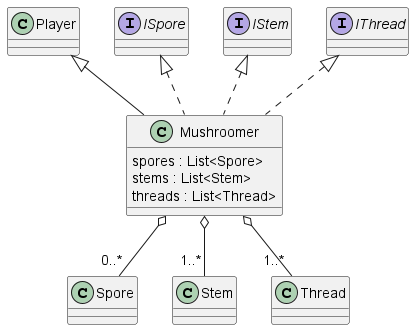
The PlantUML diagram out/5/classes/player/mushroomer/mushroomer.png in Petya-G/fungorium, before a commit. Its diagram source:
```plantuml
@startuml mushroomer

Mushroomer o-- "0..*" Spore
Mushroomer o-- "1..*" Stem
Mushroomer o-- "1..*" Thread
class Mushroomer extends Player implements ISpore, IStem, IThread{
    spores : List<Spore>
    stems : List<Stem>
    threads : List<Thread>
}

@enduml
```
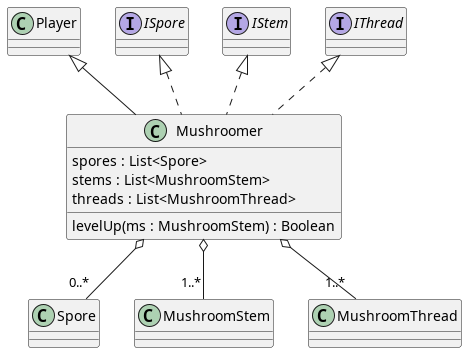
The same diagram one commit later.

Diff of the diagram source:
```diff
@@ -1,12 +1,13 @@
 @startuml mushroomer
 
 Mushroomer o-- "0..*" Spore
-Mushroomer o-- "1..*" Stem
-Mushroomer o-- "1..*" Thread
+Mushroomer o-- "1..*" MushroomStem
+Mushroomer o-- "1..*" MushroomThread
 class Mushroomer extends Player implements ISpore, IStem, IThread{
     spores : List<Spore>
-    stems : List<Stem>
-    threads : List<Thread>
+    stems : List<MushroomStem>
+    threads : List<MushroomThread>
+    levelUp(ms : MushroomStem) : Boolean
 }
 
 @enduml
```
